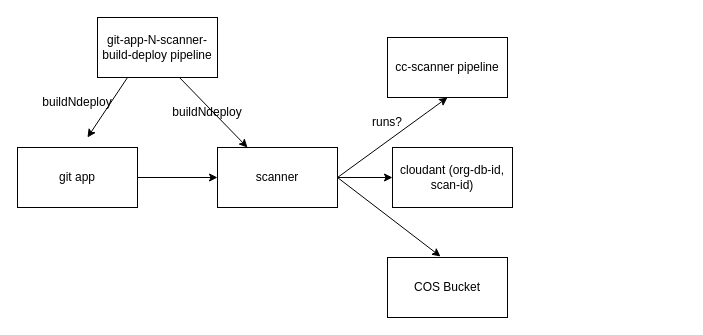
This is Untitled Diagram.drawio from pandu-test-org/pandu-test-repo, a draw.io file, before an edit. Source tidied: cells renumbered, new cells numbered last; positions are measured from the earlier drawing's top-left corner, leaving out a move shared by most shapes. Both pictures are drawn from the tidied source at 100%, with x=0, y=0 at pixel (17, 17).
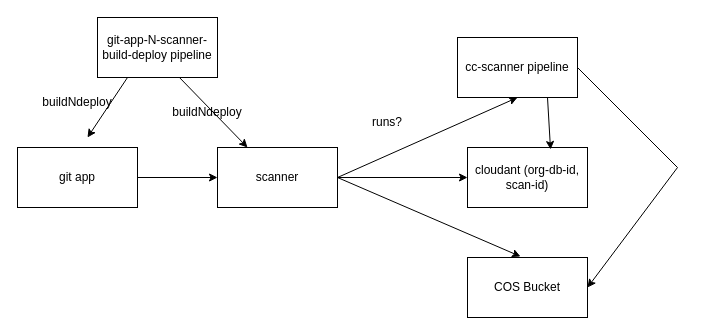
After the change.

What changed in the source:
```diff
@@
     <mxCell id="4" value="cc-scanner pipeline" style="whiteSpace=wrap;html=1;" parent="1" vertex="1">
-      <mxGeometry x="370" y="20" width="120" height="60" as="geometry" />
+      <mxGeometry x="440" y="20" width="120" height="60" as="geometry" />
     </mxCell>
@@
     <mxCell id="6" value="cloudant (org-db-id, scan-id)" style="whiteSpace=wrap;html=1;" parent="1" vertex="1">
-      <mxGeometry x="375" y="130" width="120" height="60" as="geometry" />
+      <mxGeometry x="450" y="130" width="120" height="60" as="geometry" />
     </mxCell>
@@
     <mxCell id="9" value="COS Bucket" style="whiteSpace=wrap;html=1;" parent="1" vertex="1">
-      <mxGeometry x="370" y="240" width="120" height="60" as="geometry" />
+      <mxGeometry x="450" y="240" width="120" height="60" as="geometry" />
     </mxCell>
@@
+    <mxCell id="18" style="endArrow=classic;html=1;rounded=0;exitX=0.75;exitY=1;exitDx=0;exitDy=0;entryX=0.692;entryY=0.033;entryDx=0;entryDy=0;entryPerimeter=0;" parent="1" edge="1" source="4" target="6">
+      <mxGeometry relative="1" as="geometry" />
+    </mxCell>
+    <mxCell id="19" style="endArrow=classic;html=1;rounded=0;exitX=1;exitY=0.5;exitDx=0;exitDy=0;entryX=1;entryY=0.5;entryDx=0;entryDy=0;" parent="1" edge="1" source="4" target="9">
+      <mxGeometry relative="1" as="geometry">
+        <Array as="points">
+          <mxPoint x="660" y="150" />
+        </Array>
+      </mxGeometry>
+    </mxCell>
```
